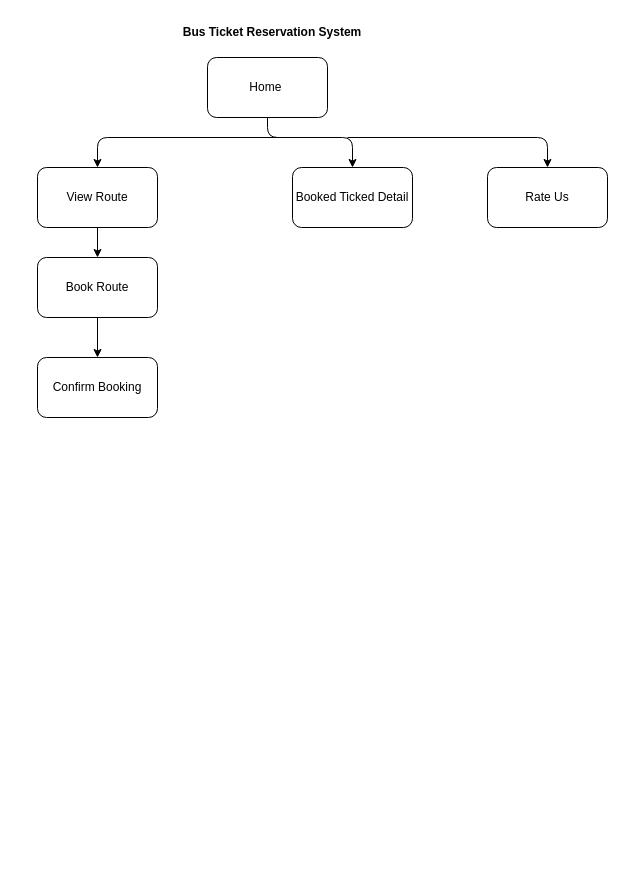
Earlier version of the draw.io diagram SYSTEM_DESIGN/sitemap.dio (CoodeNoob/Yoshida_express). Source tidied: cells renumbered, new cells numbered last; positions are measured from the earlier drawing's top-left corner, leaving out a move shared by most shapes. Both pictures are drawn from the tidied source at 100%, with x=0, y=0 at pixel (37, 17).
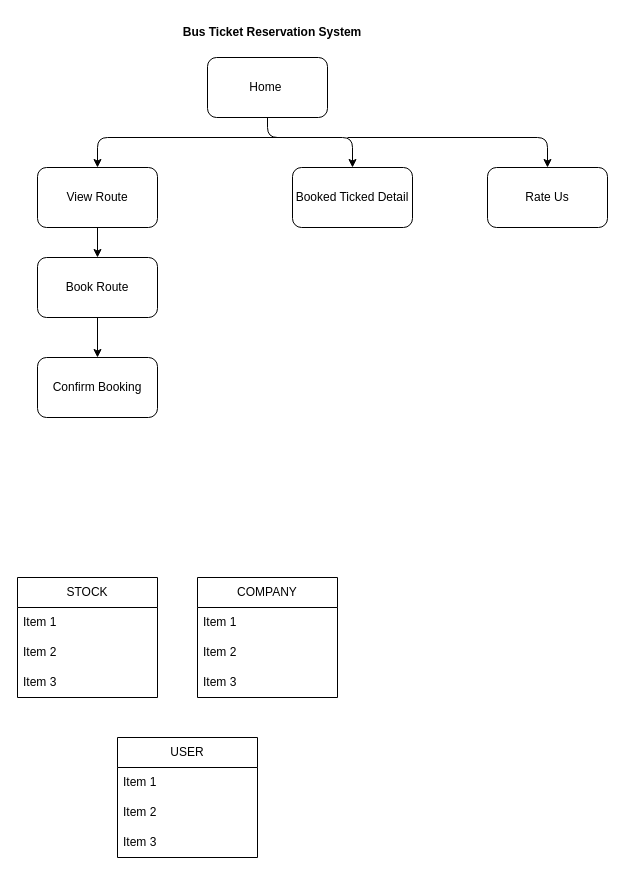
After the change.

The edit, as a diff of the source:
```diff
@@
+    <mxCell id="14" value="STOCK" style="swimlane;fontStyle=0;horizontal=1;startSize=30;whiteSpace=wrap;html=1;" parent="1" vertex="1">
+      <mxGeometry x="-20" y="560" width="140" height="120" as="geometry" />
+    </mxCell>
+    <mxCell id="15" value="Item 1" style="text;strokeColor=none;fillColor=none;align=left;verticalAlign=middle;spacingLeft=4;spacingRight=4;overflow=hidden;whiteSpace=wrap;html=1;" parent="14" vertex="1">
+      <mxGeometry y="30" width="140" height="30" as="geometry" />
+    </mxCell>
+    <mxCell id="16" value="Item 2" style="text;strokeColor=none;fillColor=none;align=left;verticalAlign=middle;spacingLeft=4;spacingRight=4;overflow=hidden;whiteSpace=wrap;html=1;" parent="14" vertex="1">
+      <mxGeometry y="60" width="140" height="30" as="geometry" />
+    </mxCell>
+    <mxCell id="17" value="Item 3" style="text;strokeColor=none;fillColor=none;align=left;verticalAlign=middle;spacingLeft=4;spacingRight=4;overflow=hidden;whiteSpace=wrap;html=1;" parent="14" vertex="1">
+      <mxGeometry y="90" width="140" height="30" as="geometry" />
+    </mxCell>
+    <mxCell id="18" value="COMPANY" style="swimlane;fontStyle=0;horizontal=1;startSize=30;whiteSpace=wrap;html=1;" parent="1" vertex="1">
+      <mxGeometry x="160" y="560" width="140" height="120" as="geometry" />
+    </mxCell>
+    <mxCell id="19" value="Item 1" style="text;strokeColor=none;fillColor=none;align=left;verticalAlign=middle;spacingLeft=4;spacingRight=4;overflow=hidden;whiteSpace=wrap;html=1;" parent="18" vertex="1">
+      <mxGeometry y="30" width="140" height="30" as="geometry" />
+    </mxCell>
+    <mxCell id="20" value="Item 2" style="text;strokeColor=none;fillColor=none;align=left;verticalAlign=middle;spacingLeft=4;spacingRight=4;overflow=hidden;whiteSpace=wrap;html=1;" parent="18" vertex="1">
+      <mxGeometry y="60" width="140" height="30" as="geometry" />
+    </mxCell>
+    <mxCell id="21" value="Item 3" style="text;strokeColor=none;fillColor=none;align=left;verticalAlign=middle;spacingLeft=4;spacingRight=4;overflow=hidden;whiteSpace=wrap;html=1;" parent="18" vertex="1">
+      <mxGeometry y="90" width="140" height="30" as="geometry" />
+    </mxCell>
+    <mxCell id="22" value="USER" style="swimlane;fontStyle=0;horizontal=1;startSize=30;whiteSpace=wrap;html=1;" parent="1" vertex="1">
+      <mxGeometry x="80" y="720" width="140" height="120" as="geometry" />
+    </mxCell>
+    <mxCell id="23" value="Item 1" style="text;strokeColor=none;fillColor=none;align=left;verticalAlign=middle;spacingLeft=4;spacingRight=4;overflow=hidden;whiteSpace=wrap;html=1;" parent="22" vertex="1">
+      <mxGeometry y="30" width="140" height="30" as="geometry" />
+    </mxCell>
+    <mxCell id="24" value="Item 2" style="text;strokeColor=none;fillColor=none;align=left;verticalAlign=middle;spacingLeft=4;spacingRight=4;overflow=hidden;whiteSpace=wrap;html=1;" parent="22" vertex="1">
+      <mxGeometry y="60" width="140" height="30" as="geometry" />
+    </mxCell>
+    <mxCell id="25" value="Item 3" style="text;strokeColor=none;fillColor=none;align=left;verticalAlign=middle;spacingLeft=4;spacingRight=4;overflow=hidden;whiteSpace=wrap;html=1;" parent="22" vertex="1">
+      <mxGeometry y="90" width="140" height="30" as="geometry" />
+    </mxCell>
```
